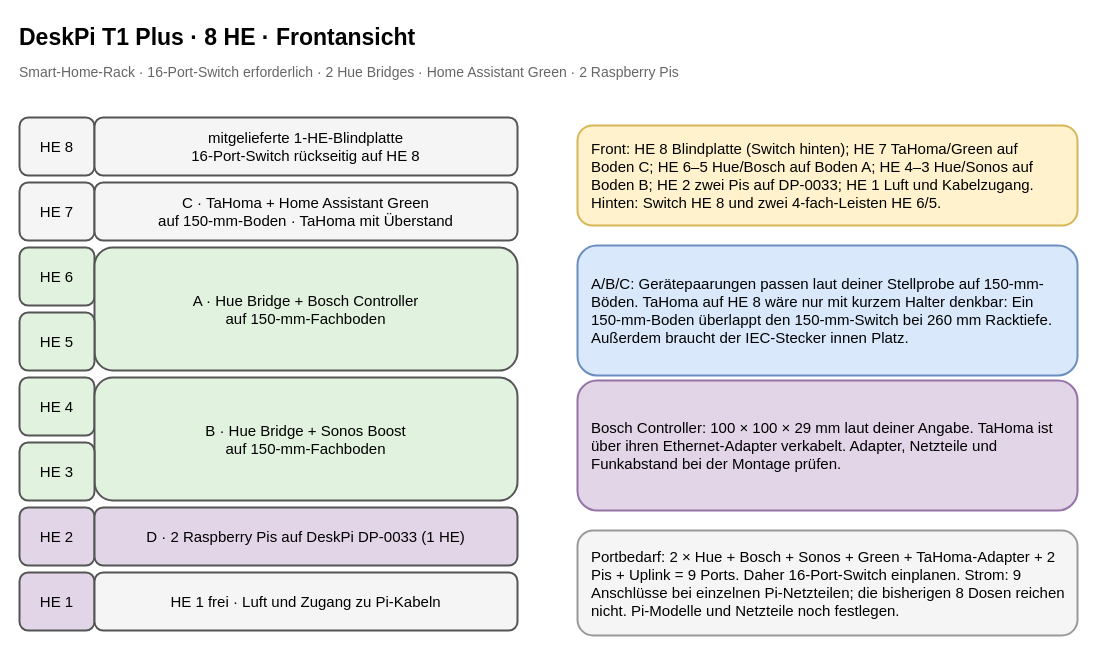
Above: page "DeskPi 8 HE – Front" (1 of 4) of 10-zoll-rack-planung.drawio in tiptronic/diagrams (draw.io), before the change. Source tidied: cells renumbered, new cells numbered last; positions are measured from the earlier drawing's top-left corner, leaving out a move shared by most shapes. Both pictures are drawn from the tidied source at 100%, with x=0, y=0 at pixel (17, 17).
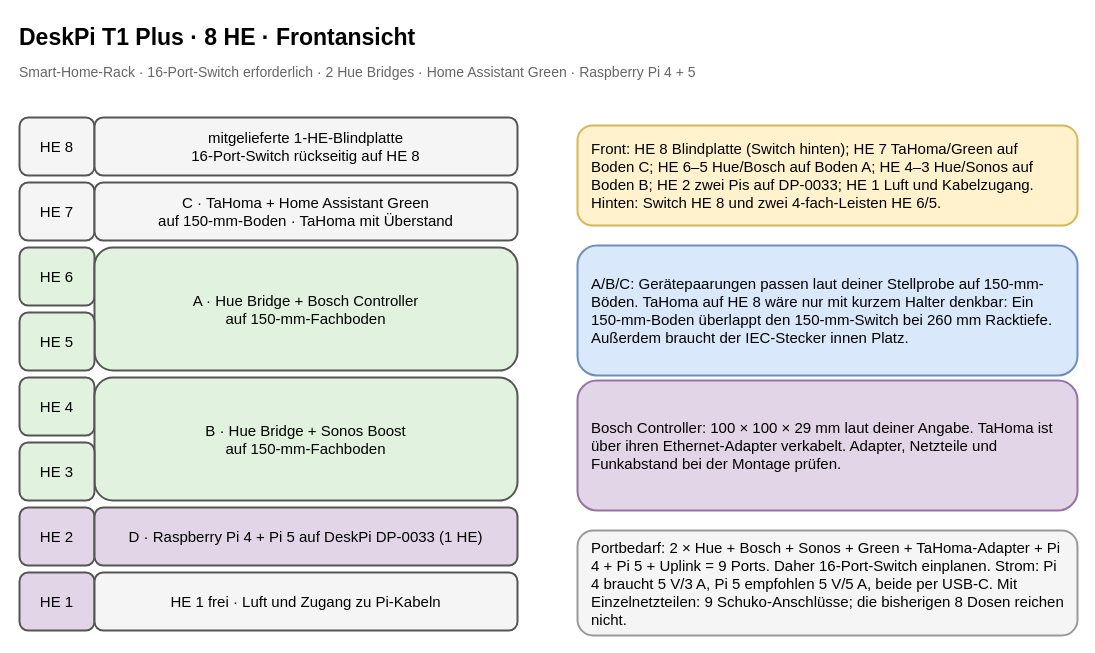
Above is the later version.

Commit message (it also covers changes not shown here):
Specify Raspberry Pi 4 and Pi 5 power needs

Change to the diagram source:
```diff
@@
-    <mxCell id="3" value="Smart-Home-Rack · 16-Port-Switch erforderlich · 2 Hue Bridges · Home Assistant Green · 2 Raspberry Pis" style="text;html=1;align=left;verticalAlign=middle;whiteSpace=wrap;rounded=0;strokeColor=none;fillColor=none;fontSize=15;fontSize=14;fontColor=#666666;" parent="1" vertex="1">
+    <mxCell id="3" value="Smart-Home-Rack · 16-Port-Switch erforderlich · 2 Hue Bridges · Home Assistant Green · Raspberry Pi 4 + 5" style="text;html=1;align=left;verticalAlign=middle;whiteSpace=wrap;rounded=0;strokeColor=none;fillColor=none;fontSize=15;fontSize=14;fontColor=#666666;" parent="1" vertex="1">
       <mxGeometry y="40" width="1040" height="30" as="geometry" />
     </mxCell>
@@
-    <mxCell id="15" value="D · 2 Raspberry Pis auf DeskPi DP-0033 (1 HE)" style="rounded=1;whiteSpace=wrap;html=1;align=center;verticalAlign=middle;strokeWidth=2;fontSize=15;fillColor=#e1d5e7;strokeColor=#555555;" parent="1" vertex="1">
+    <mxCell id="15" value="D · Raspberry Pi 4 + Pi 5 auf DeskPi DP-0033 (1 HE)" style="rounded=1;whiteSpace=wrap;html=1;align=center;verticalAlign=middle;strokeWidth=2;fontSize=15;fillColor=#e1d5e7;strokeColor=#555555;" parent="1" vertex="1">
       <mxGeometry x="77" y="490" width="423" height="58" as="geometry" />
     </mxCell>
@@
-    <mxCell id="21" value="Portbedarf: 2 × Hue + Bosch + Sonos + Green + TaHoma-Adapter + 2 Pis + Uplink = 9 Ports. Daher 16-Port-Switch einplanen. Strom: 9 Anschlüsse bei einzelnen Pi-Netzteilen; die bisherigen 8 Dosen reichen nicht. Pi-Modelle und Netzteile noch festlegen." style="rounded=1;whiteSpace=wrap;html=1;align=center;verticalAlign=middle;strokeWidth=2;fontSize=15;align=left;spacing=14;fillColor=#f5f5f5;strokeColor=#999999;" parent="1" vertex="1">
+    <mxCell id="21" value="Portbedarf: 2 × Hue + Bosch + Sonos + Green + TaHoma-Adapter + Pi 4 + Pi 5 + Uplink = 9 Ports. Daher 16-Port-Switch einplanen. Strom: Pi 4 braucht 5 V/3 A, Pi 5 empfohlen 5 V/5 A, beide per USB-C. Mit Einzelnetzteilen: 9 Schuko-Anschlüsse; die bisherigen 8 Dosen reichen nicht." style="rounded=1;whiteSpace=wrap;html=1;align=center;verticalAlign=middle;strokeWidth=2;fontSize=15;align=left;spacing=14;fillColor=#f5f5f5;strokeColor=#999999;" parent="1" vertex="1">
       <mxGeometry x="560" y="513" width="500" height="105" as="geometry" />
     </mxCell>
```
